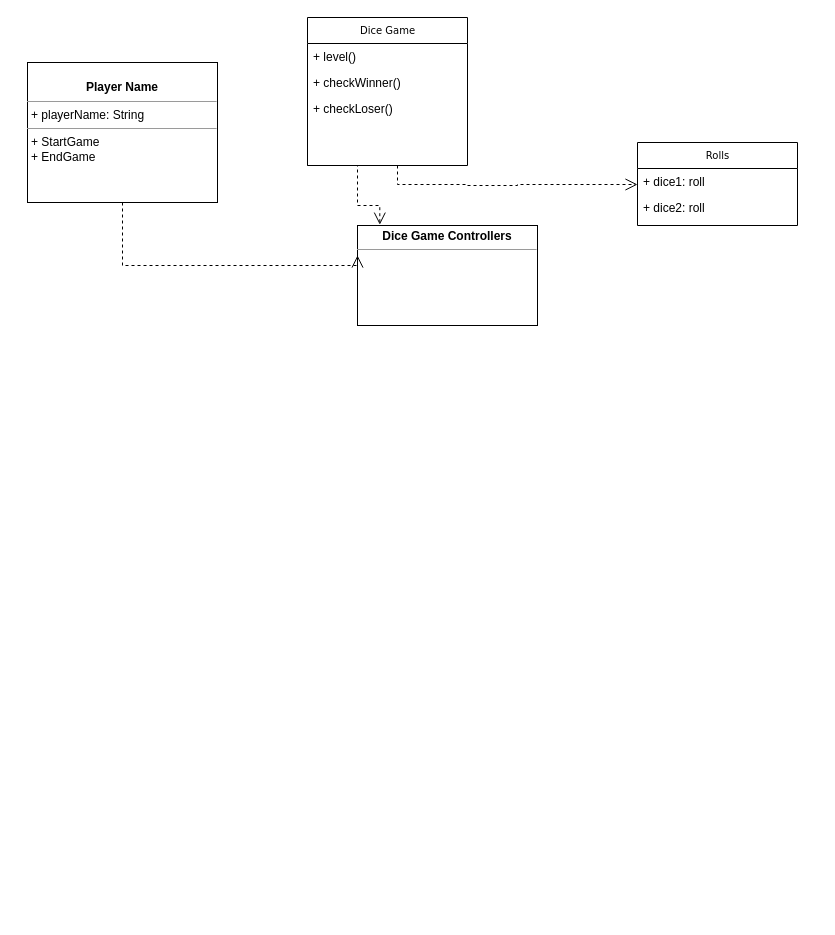
This is UML.drawio from ajit-pandey/koukicons_flutter, a draw.io file, before an edit. Source tidied: cells renumbered, new cells numbered last; positions are measured from the earlier drawing's top-left corner, leaving out a move shared by most shapes. Both pictures are drawn from the tidied source at 100%, with x=0, y=0 at pixel (27, 17).
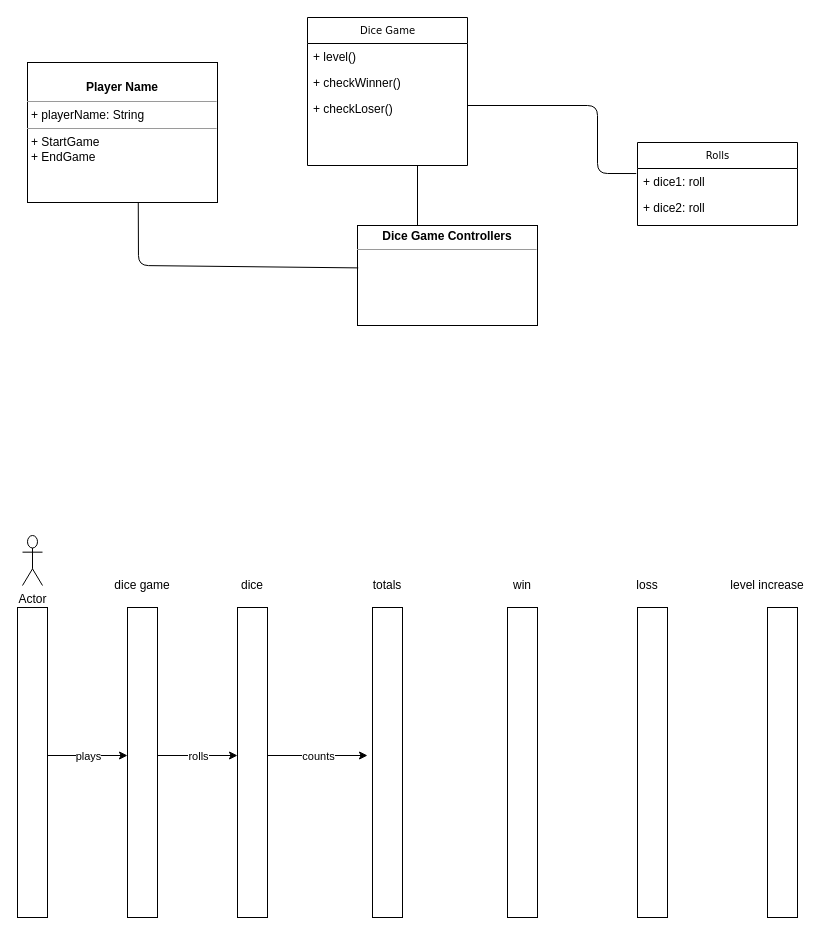
The same diagram, later.

The change refers to these unchanged cells:
```xml
<mxCell id="2" value="Dice Game" style="swimlane;html=1;fontStyle=0;horizontal=1;startSize=26;fillColor=none;swimlaneFillColor=#ffffff;rounded=0;shadow=0;comic=0;labelBackgroundColor=none;strokeWidth=1;fontFamily=Verdana;fontSize=10;align=center;" parent="1" vertex="1">
  <mxGeometry x="280" width="160" height="148" as="geometry" />
</mxCell>
<mxCell id="6" value="Rolls" style="swimlane;html=1;fontStyle=0;horizontal=1;startSize=26;fillColor=none;swimlaneFillColor=#ffffff;rounded=0;shadow=0;comic=0;labelBackgroundColor=none;strokeWidth=1;fontFamily=Verdana;fontSize=10;align=center;" parent="1" vertex="1">
  <mxGeometry x="610" y="125" width="160" height="83" as="geometry" />
</mxCell>
<mxCell id="7" value="+ dice1: roll" style="text;html=1;strokeColor=none;fillColor=none;align=left;verticalAlign=top;spacingLeft=4;spacingRight=4;whiteSpace=wrap;overflow=hidden;points=[[0,0.5],[1,0.5]];portConstraint=eastwest;" parent="6" vertex="1">
  <mxGeometry y="26" width="160" height="26" as="geometry" />
</mxCell>
<mxCell id="9" value="&lt;p style=&quot;margin: 0px ; margin-top: 4px ; text-align: center&quot;&gt;&lt;b&gt;Dice Game Controllers&lt;/b&gt;&lt;/p&gt;&lt;hr size=&quot;1&quot;&gt;&lt;p style=&quot;margin: 0px ; margin-left: 4px&quot;&gt;&lt;br&gt;&lt;/p&gt;" style="verticalAlign=top;align=left;overflow=fill;fontSize=12;fontFamily=Helvetica;html=1;rounded=0;shadow=0;comic=0;labelBackgroundColor=none;strokeWidth=1;" parent="1" vertex="1">
  <mxGeometry x="330" y="208" width="180" height="100" as="geometry" />
</mxCell>
<mxCell id="10" value="&lt;p style=&quot;margin: 0px ; margin-top: 4px ; text-align: center&quot;&gt;&lt;br&gt;&lt;b&gt;Player Name&lt;/b&gt;&lt;/p&gt;&lt;hr size=&quot;1&quot;&gt;&lt;p style=&quot;margin: 0px ; margin-left: 4px&quot;&gt;+ playerName: String&lt;br&gt;&lt;/p&gt;&lt;hr size=&quot;1&quot;&gt;&lt;p style=&quot;margin: 0px ; margin-left: 4px&quot;&gt;+ StartGame&lt;br&gt;+ EndGame&lt;/p&gt;" style="verticalAlign=top;align=left;overflow=fill;fontSize=12;fontFamily=Helvetica;html=1;rounded=0;shadow=0;comic=0;labelBackgroundColor=none;strokeWidth=1;" parent="1" vertex="1">
  <mxGeometry y="45" width="190" height="140" as="geometry" />
</mxCell>
```

What changed in the source:
```diff
@@
-    <mxCell id="11" style="edgeStyle=orthogonalEdgeStyle;rounded=0;html=1;dashed=1;labelBackgroundColor=none;startFill=0;endArrow=open;endFill=0;endSize=10;fontFamily=Verdana;fontSize=10;" parent="1" edge="1" source="10">
-      <mxGeometry relative="1" as="geometry">
-        <mxPoint x="330" y="238" as="targetPoint" />
-        <Array as="points">
-          <mxPoint x="95" y="248" />
-          <mxPoint x="330" y="248" />
-        </Array>
-      </mxGeometry>
-    </mxCell>
-    <mxCell id="12" style="edgeStyle=orthogonalEdgeStyle;rounded=0;html=1;dashed=1;labelBackgroundColor=none;startFill=0;endArrow=open;endFill=0;endSize=10;fontFamily=Verdana;fontSize=10;" parent="1" edge="1" target="6">
-      <mxGeometry relative="1" as="geometry">
-        <mxPoint x="370" y="148" as="sourcePoint" />
-        <Array as="points">
-          <mxPoint x="370" y="167" />
-          <mxPoint x="440" y="167" />
-          <mxPoint x="440" y="168" />
-          <mxPoint x="490" y="168" />
-          <mxPoint x="490" y="167" />
-        </Array>
-      </mxGeometry>
-    </mxCell>
-    <mxCell id="13" style="edgeStyle=orthogonalEdgeStyle;rounded=0;html=1;dashed=1;labelBackgroundColor=none;startFill=0;endArrow=open;endFill=0;endSize=10;fontFamily=Verdana;fontSize=10;exitX=0;exitY=1;exitDx=0;exitDy=0;entryX=0.124;entryY=-0.008;entryDx=0;entryDy=0;entryPerimeter=0;" parent="1" edge="1" source="2" target="9">
-      <mxGeometry relative="1" as="geometry">
-        <Array as="points">
-          <mxPoint x="330" y="148" />
-          <mxPoint x="330" y="188" />
-          <mxPoint x="352" y="188" />
-        </Array>
-      </mxGeometry>
-    </mxCell>
+    <mxCell id="14" style="endArrow=none;html=1;exitX=0.583;exitY=0.999;exitDx=0;exitDy=0;exitPerimeter=0;entryX=0.004;entryY=0.424;entryDx=0;entryDy=0;entryPerimeter=0;" parent="1" edge="1" source="10" target="9">
+      <mxGeometry relative="1" as="geometry">
+        <Array as="points">
+          <mxPoint x="111" y="248" />
+        </Array>
+      </mxGeometry>
+    </mxCell>
+    <mxCell id="15" style="endArrow=none;html=1;" parent="1" edge="1">
+      <mxGeometry relative="1" as="geometry">
+        <mxPoint x="390" y="208" as="sourcePoint" />
+        <mxPoint x="390" y="148" as="targetPoint" />
+      </mxGeometry>
+    </mxCell>
+    <mxCell id="16" style="endArrow=none;html=1;entryX=-0.008;entryY=0.194;entryDx=0;entryDy=0;entryPerimeter=0;" parent="1" edge="1" target="7">
+      <mxGeometry relative="1" as="geometry">
+        <mxPoint x="440" y="88" as="sourcePoint" />
+        <Array as="points">
+          <mxPoint x="570" y="88" />
+          <mxPoint x="570" y="156" />
+        </Array>
+      </mxGeometry>
+    </mxCell>
+    <mxCell id="17" style="rounded=0;whiteSpace=wrap;html=1;" parent="1" vertex="1">
+      <mxGeometry x="-10" y="590" width="30" height="310" as="geometry" />
+    </mxCell>
+    <mxCell id="18" style="rounded=0;whiteSpace=wrap;html=1;" parent="1" vertex="1">
+      <mxGeometry x="100" y="590" width="30" height="310" as="geometry" />
+    </mxCell>
+    <mxCell id="19" style="rounded=0;whiteSpace=wrap;html=1;" parent="1" vertex="1">
+      <mxGeometry x="210" y="590" width="30" height="310" as="geometry" />
+    </mxCell>
+    <mxCell id="20" style="rounded=0;whiteSpace=wrap;html=1;" parent="1" vertex="1">
+      <mxGeometry x="345" y="590" width="30" height="310" as="geometry" />
+    </mxCell>
+    <mxCell id="21" style="rounded=0;whiteSpace=wrap;html=1;" parent="1" vertex="1">
+      <mxGeometry x="480" y="590" width="30" height="310" as="geometry" />
+    </mxCell>
+    <mxCell id="22" style="rounded=0;whiteSpace=wrap;html=1;" parent="1" vertex="1">
+      <mxGeometry x="610" y="590" width="30" height="310" as="geometry" />
+    </mxCell>
+    <mxCell id="23" style="rounded=0;whiteSpace=wrap;html=1;" parent="1" vertex="1">
+      <mxGeometry x="740" y="590" width="30" height="310" as="geometry" />
+    </mxCell>
+    <mxCell id="24" value="Actor" style="shape=umlActor;verticalLabelPosition=bottom;verticalAlign=top;html=1;" parent="1" vertex="1">
+      <mxGeometry x="-5" y="518" width="20" height="50" as="geometry" />
+    </mxCell>
+    <mxCell id="25" value="dice game" style="text;html=1;strokeColor=none;fillColor=none;align=center;verticalAlign=middle;whiteSpace=wrap;rounded=0;" parent="1" vertex="1">
+      <mxGeometry x="75" y="558" width="80" height="20" as="geometry" />
+    </mxCell>
+    <mxCell id="26" value="dice" style="text;html=1;strokeColor=none;fillColor=none;align=center;verticalAlign=middle;whiteSpace=wrap;rounded=0;" parent="1" vertex="1">
+      <mxGeometry x="205" y="558" width="40" height="20" as="geometry" />
+    </mxCell>
+    <mxCell id="27" value="totals" style="text;html=1;strokeColor=none;fillColor=none;align=center;verticalAlign=middle;whiteSpace=wrap;rounded=0;" parent="1" vertex="1">
+      <mxGeometry x="340" y="558" width="40" height="20" as="geometry" />
+    </mxCell>
+    <mxCell id="28" value="win" style="text;html=1;strokeColor=none;fillColor=none;align=center;verticalAlign=middle;whiteSpace=wrap;rounded=0;" parent="1" vertex="1">
+      <mxGeometry x="475" y="558" width="40" height="20" as="geometry" />
+    </mxCell>
+    <mxCell id="29" value="loss" style="text;html=1;strokeColor=none;fillColor=none;align=center;verticalAlign=middle;whiteSpace=wrap;rounded=0;" parent="1" vertex="1">
+      <mxGeometry x="600" y="558" width="40" height="20" as="geometry" />
+    </mxCell>
+    <mxCell id="30" value="level increase" style="text;html=1;strokeColor=none;fillColor=none;align=center;verticalAlign=middle;whiteSpace=wrap;rounded=0;" parent="1" vertex="1">
+      <mxGeometry x="690" y="558" width="100" height="20" as="geometry" />
+    </mxCell>
+    <mxCell id="31" style="endArrow=classic;html=1;" parent="1" edge="1">
+      <mxGeometry relative="1" as="geometry">
+        <mxPoint x="20" y="738" as="sourcePoint" />
+        <mxPoint x="100" y="738" as="targetPoint" />
+      </mxGeometry>
+    </mxCell>
+    <mxCell id="32" value="plays" style="edgeLabel;html=1;align=center;verticalAlign=middle;" parent="31" vertex="1">
+      <mxGeometry relative="1" as="geometry" />
+    </mxCell>
+    <mxCell id="33" style="endArrow=classic;html=1;" parent="1" edge="1">
+      <mxGeometry relative="1" as="geometry">
+        <mxPoint x="130" y="738" as="sourcePoint" />
+        <mxPoint x="210" y="738" as="targetPoint" />
+      </mxGeometry>
+    </mxCell>
+    <mxCell id="34" value="rolls" style="edgeLabel;html=1;align=center;verticalAlign=middle;" parent="33" vertex="1">
+      <mxGeometry relative="1" as="geometry" />
+    </mxCell>
+    <mxCell id="35" style="endArrow=classic;html=1;" parent="1" edge="1">
+      <mxGeometry relative="1" as="geometry">
+        <mxPoint x="240" y="738" as="sourcePoint" />
+        <mxPoint x="340" y="738" as="targetPoint" />
+      </mxGeometry>
+    </mxCell>
+    <mxCell id="36" value="counts" style="edgeLabel;html=1;align=center;verticalAlign=middle;" parent="35" vertex="1">
+      <mxGeometry relative="1" as="geometry" />
+    </mxCell>
```
